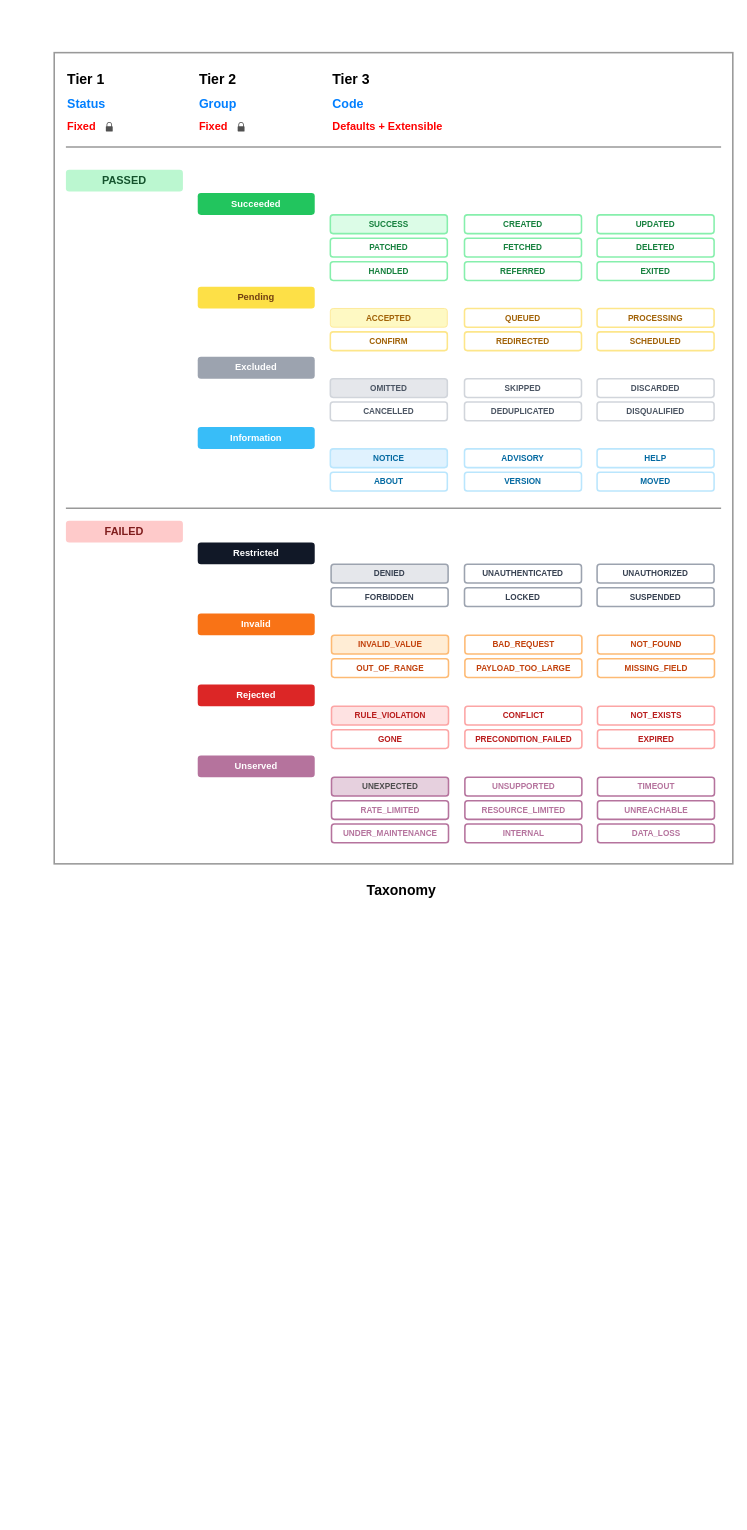
This is assets/kiit-codes.drawio from slatekit/kiit-codes, a draw.io file, before an edit. Source tidied: cells renumbered, new cells numbered last; positions are measured from the earlier drawing's top-left corner, leaving out a move shared by most shapes. Both pictures are drawn from the tidied source at 78%, with x=0, y=0 at pixel (54, 52).
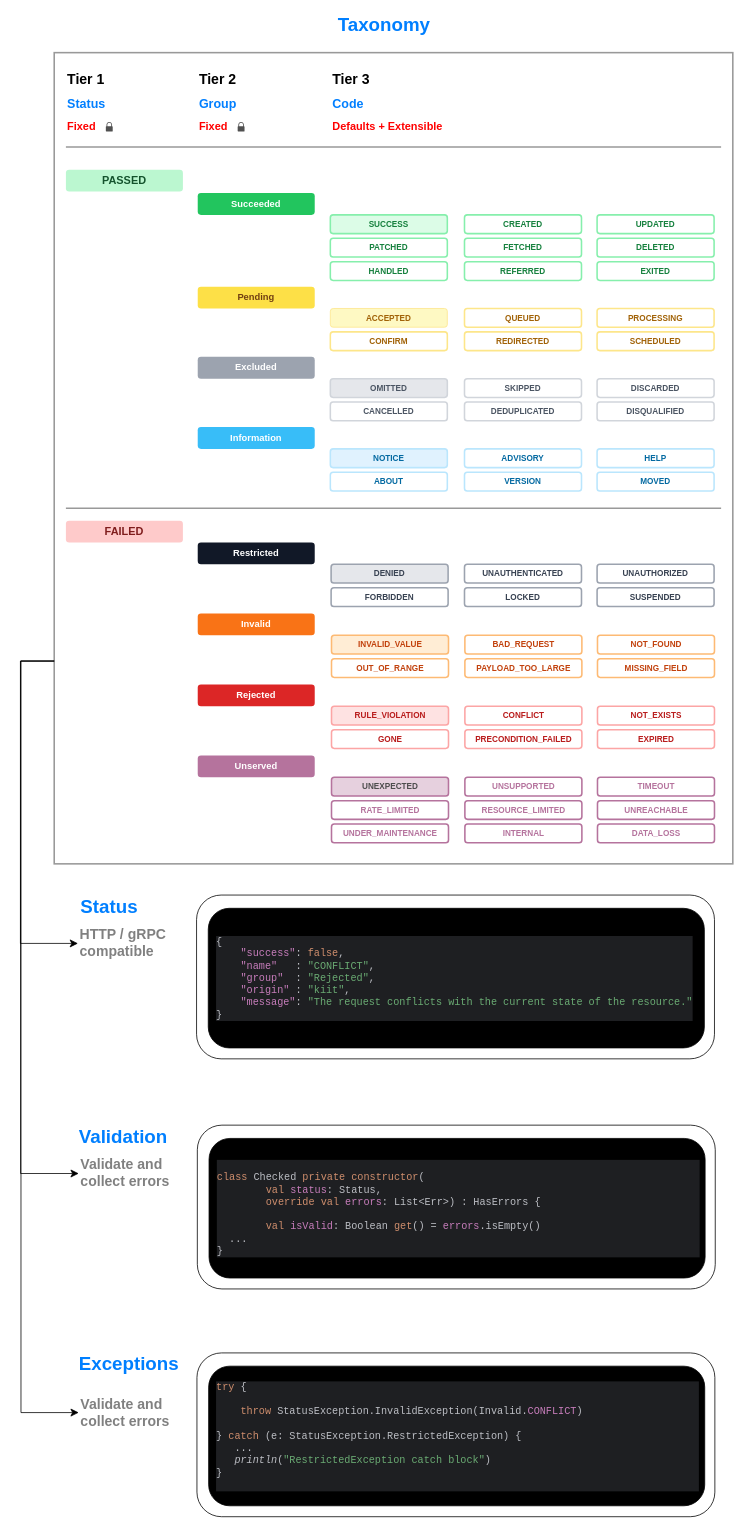
Above is the later version.

Unchanged cells that the change refers to:
```xml
<mxCell id="2" style="rounded=0;whiteSpace=wrap;html=1;fillColor=none;strokeColor=#999999;strokeWidth=2;" parent="1" vertex="1">
  <mxGeometry width="870" height="1040" as="geometry" />
</mxCell>
```

What changed in the source:
```diff
@@
-    <mxCell id="80" value="&lt;font style=&quot;font-size: 18px;&quot;&gt;&lt;b&gt;Taxonomy&lt;/b&gt;&lt;/font&gt;" style="text;html=1;whiteSpace=wrap;strokeColor=none;fillColor=none;align=left;verticalAlign=middle;rounded=0;" parent="1" vertex="1">
-      <mxGeometry x="399" y="1060" width="60" height="30" as="geometry" />
+    <mxCell id="80" value="&lt;font style=&quot;font-size: 24px;&quot;&gt;&lt;b style=&quot;color: rgb(0, 127, 255);&quot;&gt;Taxonomy&lt;/b&gt;&lt;/font&gt;" style="text;html=1;whiteSpace=wrap;strokeColor=none;fillColor=none;align=left;verticalAlign=middle;rounded=0;fontColor=#FF0000;" parent="1" vertex="1">
+      <mxGeometry x="362" y="-50" width="119" height="30" as="geometry" />
     </mxCell>
+    <mxCell id="81" value="&lt;font style=&quot;font-size: 24px;&quot;&gt;&lt;b style=&quot;color: rgb(0, 127, 255);&quot;&gt;Status&lt;/b&gt;&lt;/font&gt;" style="text;html=1;whiteSpace=wrap;strokeColor=none;fillColor=none;align=left;verticalAlign=middle;rounded=0;fontColor=#FF0000;" parent="1" vertex="1">
+      <mxGeometry x="32" y="1080" width="119" height="30" as="geometry" />
+    </mxCell>
+    <mxCell id="82" value="&lt;font style=&quot;font-size: 18px;&quot;&gt;&lt;b style=&quot;color: rgb(128, 128, 128);&quot;&gt;HTTP / gRPC compatible&lt;/b&gt;&lt;/font&gt;" style="text;html=1;whiteSpace=wrap;strokeColor=none;fillColor=none;align=left;verticalAlign=middle;rounded=0;" parent="1" vertex="1">
+      <mxGeometry x="30.5" y="1110" width="143" height="64" as="geometry" />
+    </mxCell>
+    <mxCell id="83" style="group;" parent="1" vertex="1">
+      <mxGeometry x="182.5" y="1080" width="664" height="210" as="geometry" />
+    </mxCell>
+    <mxCell id="84" style="rounded=1;whiteSpace=wrap;html=1;" parent="83" vertex="1">
+      <mxGeometry width="664" height="210" as="geometry" />
+    </mxCell>
+    <mxCell id="85" value="&lt;div style=&quot;background-color: rgb(30, 31, 34); color: rgb(188, 190, 196);&quot;&gt;&lt;pre style=&quot;font-family:'JetBrains Mono',monospace;font-size:9.8pt;&quot;&gt;&lt;div&gt;&lt;pre style=&quot;font-family:'JetBrains Mono',monospace;font-size:9.8pt;&quot;&gt;{&lt;br&gt;    &lt;span style=&quot;color:#c77dbb;&quot;&gt;&quot;success&quot;&lt;/span&gt;: &lt;span style=&quot;color:#cf8e6d;&quot;&gt;false&lt;/span&gt;,&lt;br&gt;    &lt;span style=&quot;color:#c77dbb;&quot;&gt;&quot;name&quot;   &lt;/span&gt;: &lt;span style=&quot;color:#6aab73;&quot;&gt;&quot;CONFLICT&quot;&lt;/span&gt;,&lt;br&gt;    &lt;span style=&quot;color:#c77dbb;&quot;&gt;&quot;group&quot;  &lt;/span&gt;: &lt;span style=&quot;color:#6aab73;&quot;&gt;&quot;Rejected&quot;&lt;/span&gt;,&lt;br&gt;    &lt;span style=&quot;color:#c77dbb;&quot;&gt;&quot;origin&quot; &lt;/span&gt;: &lt;span style=&quot;color:#6aab73;&quot;&gt;&quot;kiit&quot;&lt;/span&gt;,&lt;br&gt;    &lt;span style=&quot;color:#c77dbb;&quot;&gt;&quot;message&quot;&lt;/span&gt;: &lt;span style=&quot;color:#6aab73;&quot;&gt;&quot;The request conflicts with the current state of the resource.&quot;&lt;br&gt;&lt;/span&gt;}&lt;/pre&gt;&lt;/div&gt;&lt;/pre&gt;&lt;/div&gt;" style="rounded=1;whiteSpace=wrap;html=1;fillColor=#000000;fontColor=#FFFFFF;align=left;spacingTop=0;spacingLeft=0;spacingRight=0;spacingBottom=0;spacing=10;" parent="83" vertex="1">
+      <mxGeometry x="15" y="17" width="636" height="179" as="geometry" />
+    </mxCell>
+    <mxCell id="86" value="&lt;font style=&quot;font-size: 24px;&quot;&gt;&lt;b style=&quot;color: rgb(0, 127, 255);&quot;&gt;Validation&lt;/b&gt;&lt;/font&gt;" style="text;html=1;whiteSpace=wrap;strokeColor=none;fillColor=none;align=left;verticalAlign=middle;rounded=0;fontColor=#FF0000;" parent="1" vertex="1">
+      <mxGeometry x="30" y="1375" width="119" height="30" as="geometry" />
+    </mxCell>
+    <mxCell id="87" value="&lt;font style=&quot;font-size: 18px;&quot;&gt;&lt;b style=&quot;color: rgb(128, 128, 128);&quot;&gt;Validate and collect errors&lt;/b&gt;&lt;/font&gt;" style="text;html=1;whiteSpace=wrap;strokeColor=none;fillColor=none;align=left;verticalAlign=middle;rounded=0;" parent="1" vertex="1">
+      <mxGeometry x="31.5" y="1405" width="150" height="64" as="geometry" />
+    </mxCell>
+    <mxCell id="88" style="group;" parent="1" vertex="1">
+      <mxGeometry x="183.5" y="1375" width="664" height="210" as="geometry" />
+    </mxCell>
+    <mxCell id="89" style="rounded=1;whiteSpace=wrap;html=1;" parent="88" vertex="1">
+      <mxGeometry width="664" height="210" as="geometry" />
+    </mxCell>
+    <mxCell id="90" value="&lt;div style=&quot;background-color: rgb(30, 31, 34); color: rgb(188, 190, 196);&quot;&gt;&lt;pre style=&quot;font-family:'JetBrains Mono',monospace;font-size:9.8pt;&quot;&gt;&lt;pre style=&quot;font-family:'JetBrains Mono',monospace;font-size:9.8pt;&quot;&gt;&lt;div&gt;&lt;pre style=&quot;font-family:'JetBrains Mono',monospace;font-size:9.8pt;&quot;&gt;&lt;span style=&quot;color: rgb(207, 142, 109);&quot;&gt;&lt;br&gt;class &lt;/span&gt;Checked &lt;span style=&quot;color: rgb(207, 142, 109);&quot;&gt;private constructor&lt;/span&gt;(&lt;br&gt;&lt;span style=&quot;color: rgb(207, 142, 109);&quot;&gt;&lt;span style=&quot;white-space: pre;&quot;&gt;&#9;&lt;/span&gt;val &lt;/span&gt;&lt;span style=&quot;color: rgb(199, 125, 187);&quot;&gt;status&lt;/span&gt;: Status, &lt;br&gt;&lt;span style=&quot;color: rgb(207, 142, 109);&quot;&gt;&lt;span style=&quot;white-space: pre;&quot;&gt;&#9;&lt;/span&gt;override val &lt;/span&gt;&lt;span style=&quot;color: rgb(199, 125, 187);&quot;&gt;errors&lt;/span&gt;: List&amp;lt;Err&amp;gt;) : HasErrors {                          &lt;br&gt;    &lt;br&gt;&lt;span style=&quot;color: rgb(207, 142, 109);&quot;&gt;&lt;span style=&quot;white-space: pre;&quot;&gt;&#9;&lt;/span&gt;val &lt;/span&gt;&lt;span style=&quot;color: rgb(199, 125, 187);&quot;&gt;isValid&lt;/span&gt;: Boolean &lt;span style=&quot;color: rgb(207, 142, 109);&quot;&gt;get&lt;/span&gt;() = &lt;span style=&quot;color: rgb(199, 125, 187);&quot;&gt;errors&lt;/span&gt;.isEmpty()&lt;br&gt;  ...&lt;br&gt;}&lt;/pre&gt;&lt;/div&gt;&lt;/pre&gt;&lt;/pre&gt;&lt;/div&gt;" style="rounded=1;whiteSpace=wrap;html=1;fillColor=#000000;fontColor=#FFFFFF;align=left;spacingTop=0;spacingLeft=0;spacingRight=0;spacingBottom=0;spacing=10;" parent="88" vertex="1">
+      <mxGeometry x="15" y="17" width="636" height="179" as="geometry" />
+    </mxCell>
+    <mxCell id="91" value="&lt;font style=&quot;font-size: 24px;&quot;&gt;&lt;b style=&quot;color: rgb(0, 127, 255);&quot;&gt;Exceptions&lt;/b&gt;&lt;/font&gt;" style="text;html=1;whiteSpace=wrap;strokeColor=none;fillColor=none;align=left;verticalAlign=middle;rounded=0;fontColor=#FF0000;" parent="1" vertex="1">
+      <mxGeometry x="30" y="1667" width="119" height="30" as="geometry" />
+    </mxCell>
+    <mxCell id="92" value="&lt;font style=&quot;font-size: 18px;&quot;&gt;&lt;b style=&quot;color: rgb(128, 128, 128);&quot;&gt;Validate and collect errors&lt;/b&gt;&lt;/font&gt;" style="text;html=1;whiteSpace=wrap;strokeColor=none;fillColor=none;align=left;verticalAlign=middle;rounded=0;" parent="1" vertex="1">
+      <mxGeometry x="31.5" y="1701" width="150" height="85" as="geometry" />
+    </mxCell>
+    <mxCell id="93" style="group;" parent="1" vertex="1">
+      <mxGeometry x="183" y="1667" width="664" height="210" as="geometry" />
+    </mxCell>
+    <mxCell id="94" style="rounded=1;whiteSpace=wrap;html=1;" parent="93" vertex="1">
+      <mxGeometry width="664" height="210" as="geometry" />
+    </mxCell>
+    <mxCell id="95" value="&lt;div style=&quot;background-color: rgb(30, 31, 34); color: rgb(188, 190, 196);&quot;&gt;&lt;pre style=&quot;font-family:'JetBrains Mono',monospace;font-size:9.8pt;&quot;&gt;&lt;pre style=&quot;font-family:'JetBrains Mono',monospace;font-size:9.8pt;&quot;&gt;&lt;pre style=&quot;font-family:'JetBrains Mono',monospace;font-size:9.8pt;&quot;&gt;&lt;div&gt;&lt;pre style=&quot;font-family:'JetBrains Mono',monospace;font-size:9.8pt;&quot;&gt;&lt;span style=&quot;color: rgb(207, 142, 109);&quot;&gt;try &lt;/span&gt;{&lt;br&gt;&lt;br&gt;    &lt;span style=&quot;color: rgb(207, 142, 109);&quot;&gt;throw &lt;/span&gt;StatusException.InvalidException(Invalid.&lt;span style=&quot;color: rgb(199, 125, 187);&quot;&gt;CONFLICT&lt;/span&gt;)                   &lt;br&gt;&lt;br&gt;} &lt;span style=&quot;color: rgb(207, 142, 109);&quot;&gt;catch &lt;/span&gt;(e: StatusException.RestrictedException) {&lt;br&gt;   ... &lt;br&gt;&lt;span style=&quot;font-style:italic;&quot;&gt;   println&lt;/span&gt;(&lt;span style=&quot;color: rgb(106, 171, 115);&quot;&gt;&quot;RestrictedException catch block&quot;&lt;/span&gt;)&lt;br&gt;}&lt;br&gt;&lt;br&gt;&lt;/pre&gt;&lt;/div&gt;&lt;/pre&gt;&lt;/pre&gt;&lt;/pre&gt;&lt;/div&gt;" style="rounded=1;whiteSpace=wrap;html=1;fillColor=#000000;fontColor=#FFFFFF;align=left;spacingTop=0;spacingLeft=0;spacingRight=0;spacingBottom=0;spacing=10;" parent="93" vertex="1">
+      <mxGeometry x="15" y="17" width="636" height="179" as="geometry" />
+    </mxCell>
+    <mxCell id="96" style="edgeStyle=elbowEdgeStyle;elbow=vertical;endArrow=classic;html=1;curved=0;rounded=0;endSize=8;startSize=8;entryX=0;entryY=0.5;entryDx=0;entryDy=0;exitX=0;exitY=0.75;exitDx=0;exitDy=0;" parent="1" edge="1" source="2" target="82">
+      <mxGeometry relative="1" as="geometry">
+        <Array as="points">
+          <mxPoint x="-43.3" y="1105.6" />
+        </Array>
+      </mxGeometry>
+    </mxCell>
+    <mxCell id="97" style="edgeStyle=elbowEdgeStyle;elbow=vertical;endArrow=classic;html=1;curved=0;rounded=0;endSize=8;startSize=8;exitX=0;exitY=0.75;exitDx=0;exitDy=0;entryX=0;entryY=0.5;entryDx=0;entryDy=0;" parent="1" edge="1" source="2" target="87">
+      <mxGeometry relative="1" as="geometry">
+        <Array as="points">
+          <mxPoint x="-43.1" y="1123" />
+        </Array>
+      </mxGeometry>
+    </mxCell>
+    <mxCell id="98" style="edgeStyle=elbowEdgeStyle;elbow=vertical;endArrow=classic;html=1;curved=0;rounded=0;endSize=8;startSize=8;exitX=0;exitY=0.75;exitDx=0;exitDy=0;entryX=0;entryY=0.5;entryDx=0;entryDy=0;" parent="1" edge="1" source="2" target="92">
+      <mxGeometry relative="1" as="geometry">
+        <Array as="points">
+          <mxPoint x="-42.6" y="1259.7" />
+        </Array>
+      </mxGeometry>
+    </mxCell>
```
